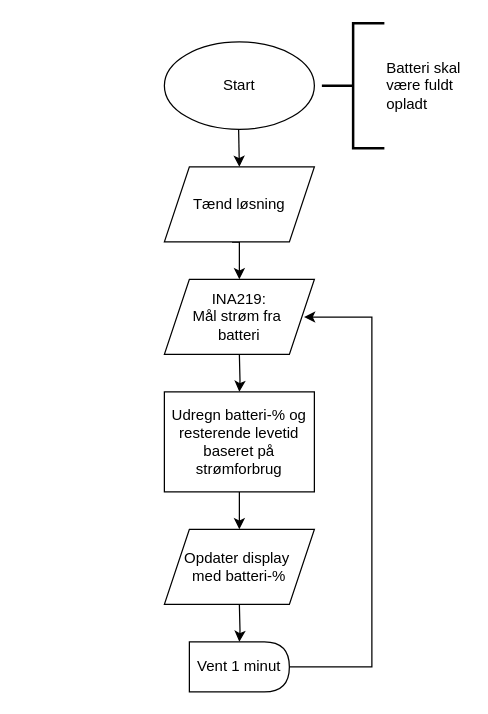
The draw.io diagram ID 01, P1/ID1 V1 Batteri Procent på Display.drawio in KEA-E24-B9-IOT1/E24-B9-IoT1, before the edit. Source tidied: cells renumbered, new cells numbered last; positions are measured from the earlier drawing's top-left corner, leaving out a move shared by most shapes. Both pictures are drawn from the tidied source at 125%, with x=0, y=0 at pixel (164, 22).
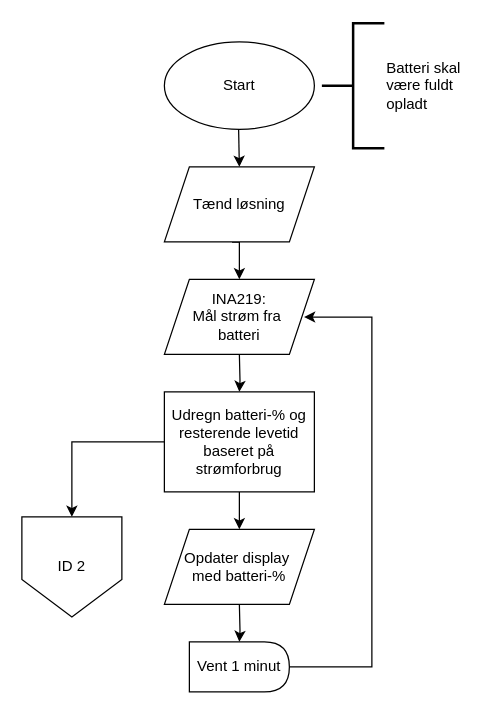
The same page after the edit.

Commit message:
Tilføjet off page ID2

Unchanged cells that the change refers to:
```xml
<mxCell id="10" value="Udregn batteri-% og resterende levetid baseret på strømforbrug" style="rounded=0;whiteSpace=wrap;html=1;" parent="1" vertex="1">
  <mxGeometry y="295" width="120" height="80" as="geometry" />
</mxCell>
```

The edit, as a diff of the source:
```diff
@@
+    <mxCell id="15" style="edgeStyle=orthogonalEdgeStyle;rounded=0;jettySize=auto;html=1;" parent="1" edge="1" source="10" target="16">
+      <mxGeometry relative="1" as="geometry" />
+    </mxCell>
@@
+    <mxCell id="16" value="ID 2" style="shape=offPageConnector;whiteSpace=wrap;html=1;" parent="1" vertex="1">
+      <mxGeometry x="-114" y="395" width="80" height="80" as="geometry" />
+    </mxCell>
```
